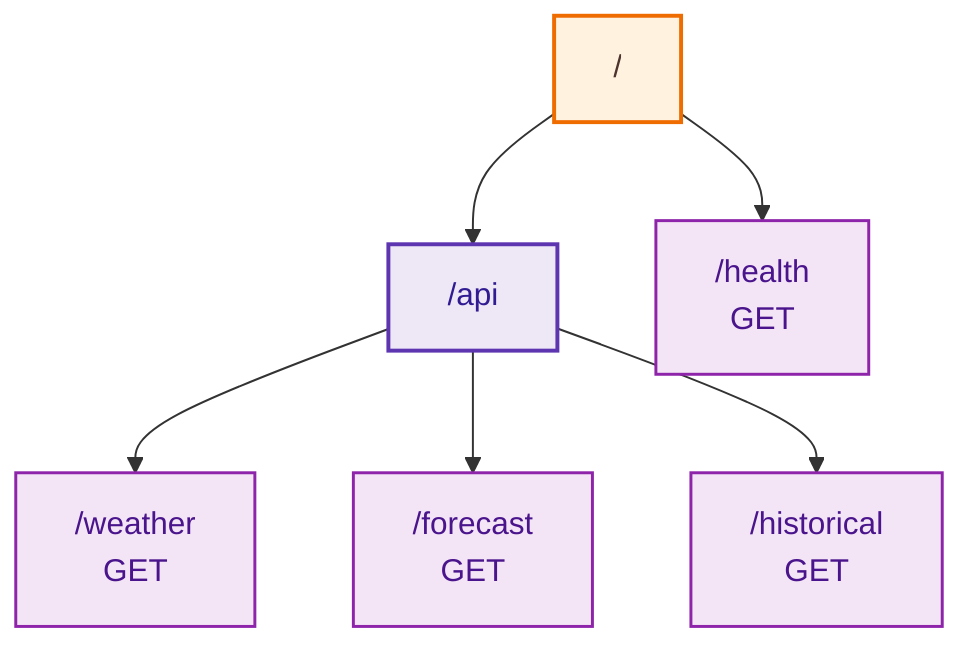
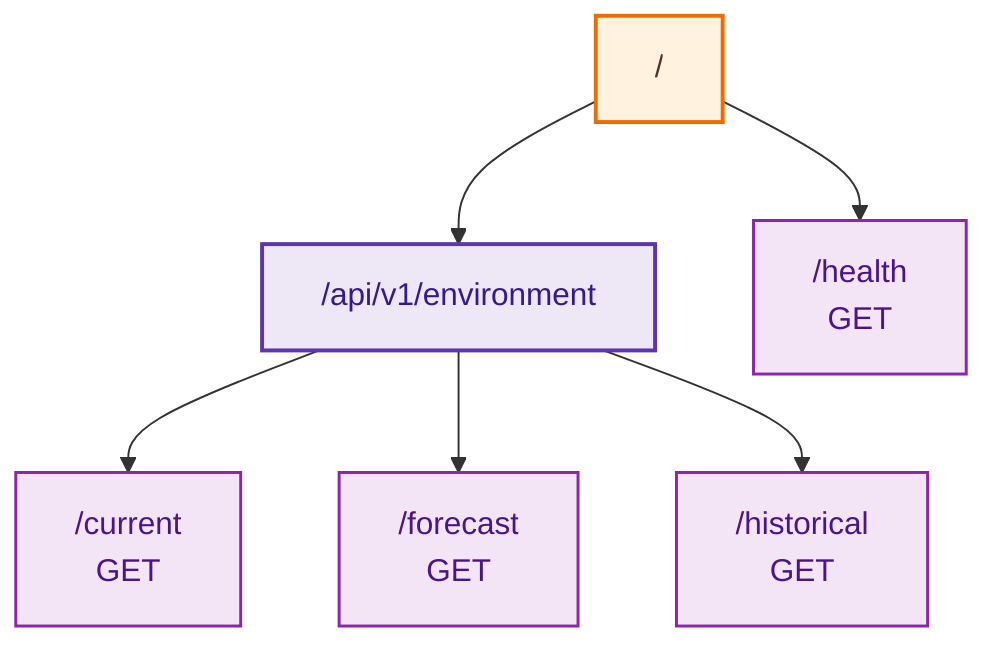
flowchart TD
  root["/"]:::root
-   api["/api"]:::api
+   api["/api/v1/environment"]:::api
  root --> root_health["/health<br/>GET"]:::leaf
  root --> api
-   api --> weather["/weather<br/>GET"]:::leaf
+   api --> weather["/current<br/>GET"]:::leaf
  api --> forecast["/forecast<br/>GET"]:::leaf
  api --> historical["/historical<br/>GET"]:::leaf
  classDef root fill:#fff3e0,stroke:#ef6c00,stroke-width:2px,color:#4e342e;
  classDef api fill:#ede7f6,stroke:#5e35b1,stroke-width:2px,color:#311b92;
  classDef leaf fill:#f3e5f5,stroke:#8e24aa,stroke-width:1.5px,color:#4a148c;
